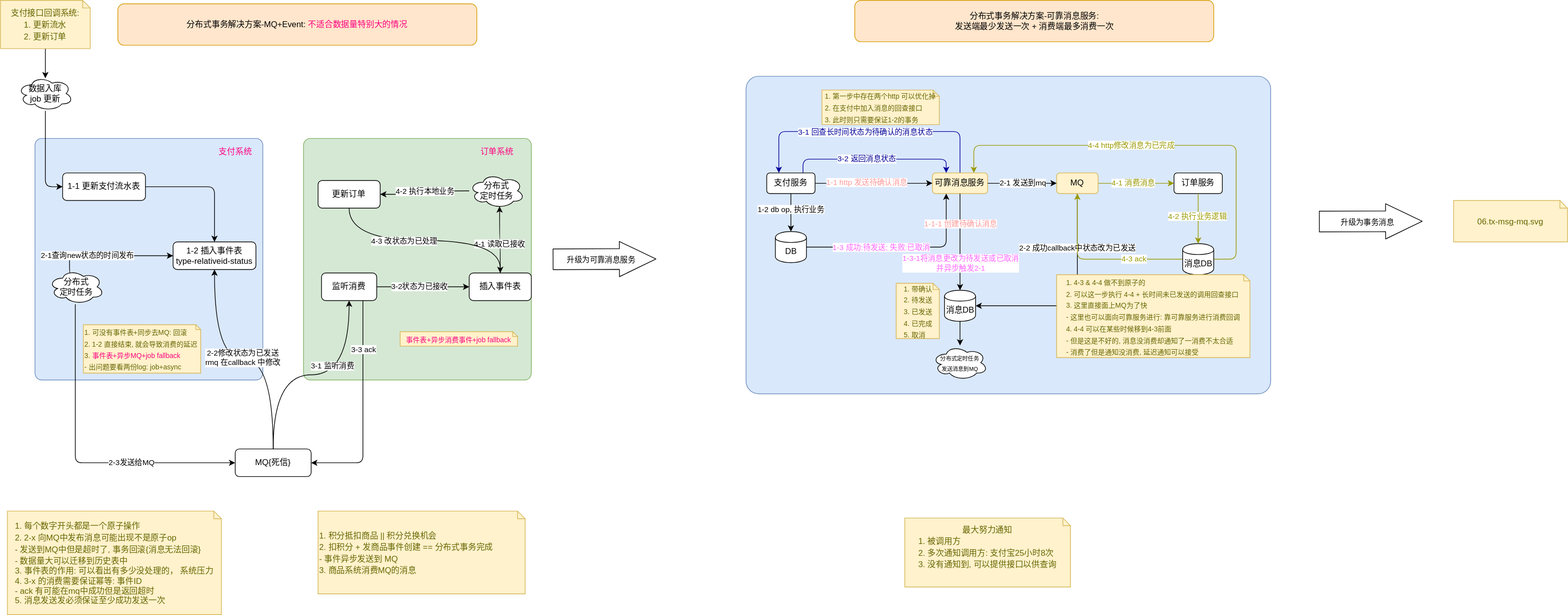
The draw.io diagram diagrams/dist/tx/02.tx-mq-event.svg in Alice52/diagrams, before a commit. Source tidied: cells renumbered, new cells last; positions are measured from the earlier drawing's top-left corner, leaving out a move shared by most shapes.
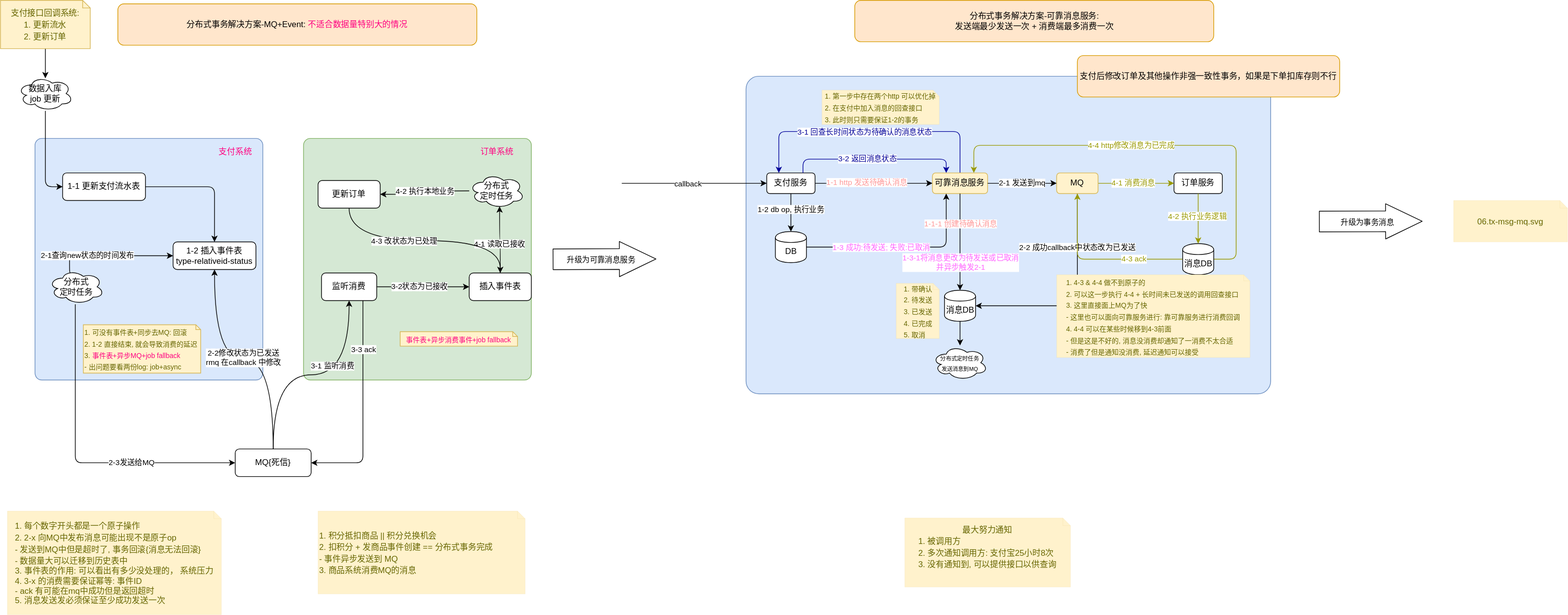
After the change.

Change to the diagram source:
```diff
@@ -312,5 +312,19 @@
     <mxCell id="89" value="&lt;div&gt;&lt;span style=&quot;font-size: 12px&quot;&gt;06.tx-msg-mq.svg&lt;/span&gt;&lt;/div&gt;" style="shape=note;strokeWidth=0;fontSize=14;size=11;whiteSpace=wrap;html=1;fillColor=#fff2cc;strokeColor=#d6b656;fontColor=#666600;align=center;" parent="1" vertex="1">
       <mxGeometry x="2105" y="290" width="165" height="60" as="geometry" />
     </mxCell>
+    <mxCell id="90" style="edgeStyle=orthogonalEdgeStyle;rounded=1;jettySize=auto;html=1;" parent="1" edge="1" target="49">
+      <mxGeometry relative="1" as="geometry">
+        <mxPoint x="900" y="265" as="sourcePoint" />
+        <Array as="points">
+          <mxPoint x="910" y="265" />
+        </Array>
+      </mxGeometry>
+    </mxCell>
+    <mxCell id="91" value="callback" style="edgeLabel;html=1;align=center;verticalAlign=middle;" parent="90" vertex="1">
+      <mxGeometry x="-0.09" y="-1" relative="1" as="geometry" />
+    </mxCell>
+    <mxCell id="92" value="支付后修改订单及其他操作非强一致性事务，如果是下单扣库存则不行" style="rounded=1;whiteSpace=wrap;html=1;fillColor=#ffe6cc;strokeColor=#d79b00;" parent="1" vertex="1">
+      <mxGeometry x="1560" y="80" width="380" height="60" as="geometry" />
+    </mxCell>
   </root>
 </mxGraphModel>
```
